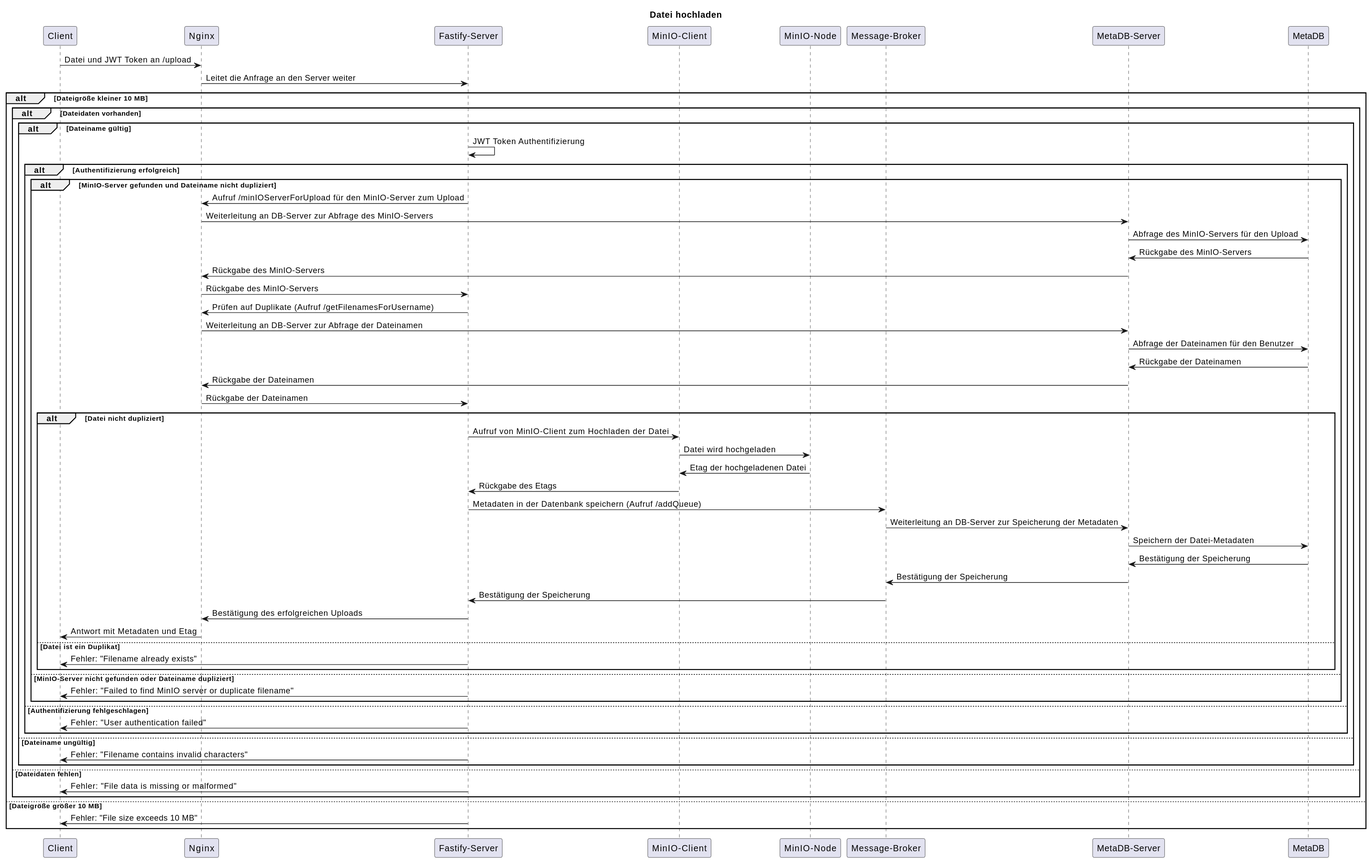
TH-Projects/FileNest keeps this PlantUML diagram as documentation/upload-sequence.svg. Above is the earlier version.
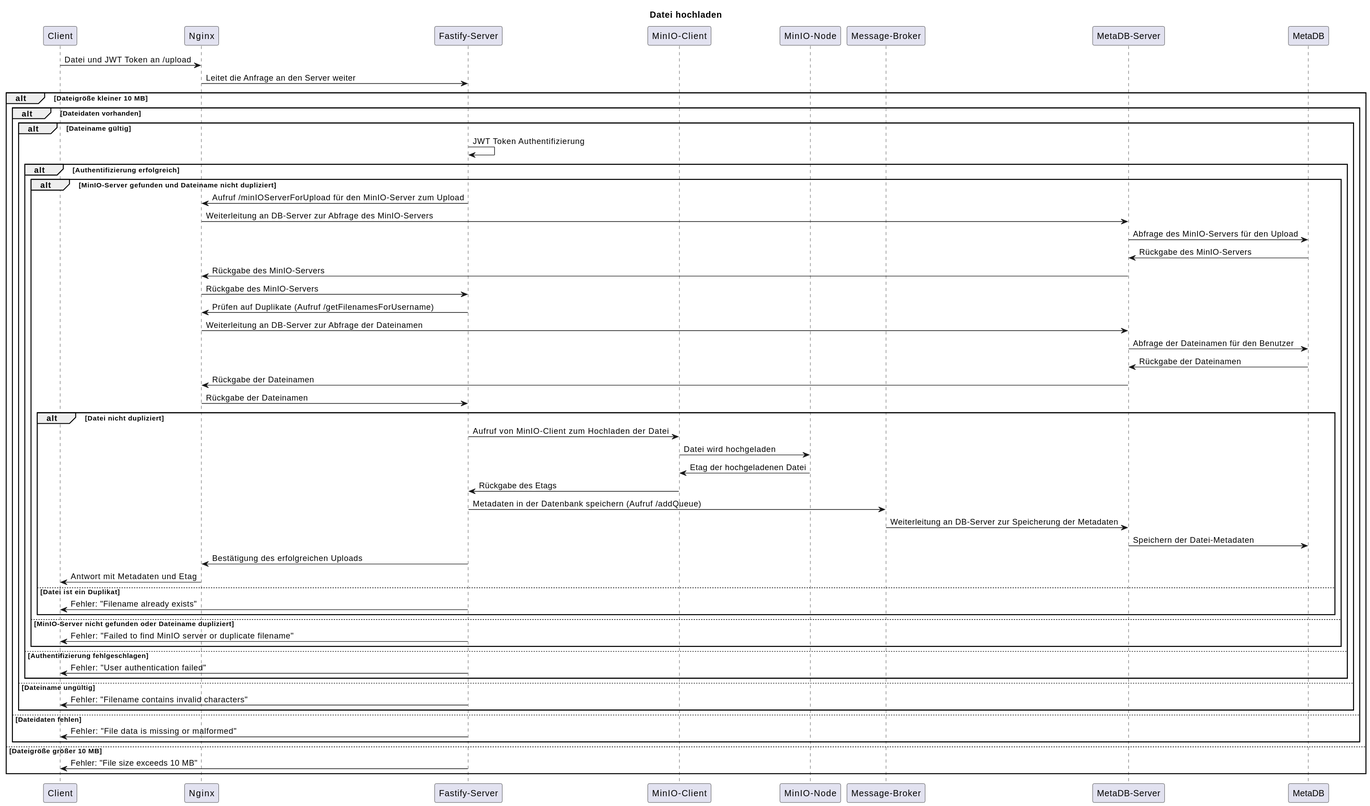
Above is the later version.

Commit message:
Updated sequence diagramms

Change to the diagram source:
```diff
@@ -43,9 +43,6 @@
                         Server -> Broker: Metadaten in der Datenbank speichern (Aufruf /addQueue)
                         Broker -> DBServer: Weiterleitung an DB-Server zur Speicherung der Metadaten
                         DBServer -> MetaDB: Speichern der Datei-Metadaten
-                        MetaDB -> DBServer: Bestätigung der Speicherung
-                        DBServer -> Broker: Bestätigung der Speicherung
-                        Broker -> Server: Bestätigung der Speicherung
 
                         Server -> Nginx: Bestätigung des erfolgreichen Uploads
                         Nginx -> Client: Antwort mit Metadaten und Etag
```
